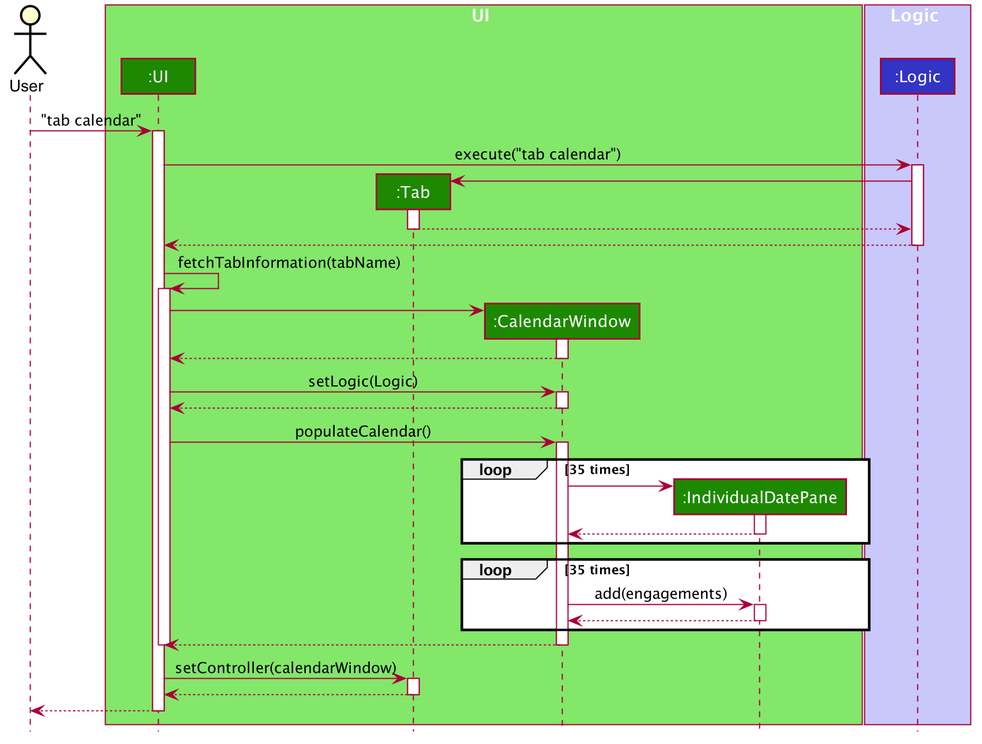
The PlantUML diagram docs/images/CalendarWindowSequenceDiagram.png in nus-cs2103-AY1920S1/addressbook-level3, before a commit. The source it was exported from:
```plantuml
@startuml








skinparam BackgroundColor #FFFFFFF

skinparam Shadowing false

skinparam Class {
    FontColor #FFFFFF
    BorderThickness 1
    BorderColor #FFFFFF
    StereotypeFontColor #FFFFFF
    FontName Arial
}

skinparam Actor {
    BorderColor #000000
    Color #000000
    FontName Arial
}

skinparam Sequence {
    MessageAlign center
    BoxFontSize 15
    BoxPadding 0
    BoxFontColor #FFFFFF
    FontName Arial
}

skinparam Participant {
    FontColor #FFFFFFF
    Padding 20
}

skinparam MinClassWidth 50
skinparam ParticipantPadding 10
skinparam Shadowing false
skinparam DefaultTextAlignment center
skinparam packageStyle Rectangle

hide footbox
hide members
hide circle

actor User

box UI #83E769
participant ":UI" as UI #1D8900
participant ":Tab" as Tab #1D8900
participant ":CalendarWindow" as CalendarWindow #1D8900
participant ":IndividualDatePane" as IndividualDatePane #1D8900
end box

box Logic #C8C8FA
participant ":Logic" as Logic #3333C4
end box

User -> UI: "tab calendar"
activate UI

UI -> Logic: execute("tab calendar")
activate Logic

create Tab
Logic -> Tab
activate Tab

Tab --> Logic
deactivate Tab

Logic --> UI
deactivate Logic

UI -> UI: fetchTabInformation(tabName)
activate UI

create CalendarWindow
UI -> CalendarWindow
activate CalendarWindow

CalendarWindow --> UI
deactivate CalendarWindow

UI -> CalendarWindow: setLogic(Logic)
activate CalendarWindow

CalendarWindow --> UI
deactivate CalendarWindow

UI -> CalendarWindow: populateCalendar()
activate CalendarWindow

loop 35 times
    create IndividualDatePane
    CalendarWindow -> IndividualDatePane
    activate IndividualDatePane

    IndividualDatePane --> CalendarWindow
    deactivate IndividualDatePane
end

loop 35 times
    CalendarWindow -> IndividualDatePane: add(engagements)
    activate IndividualDatePane

    IndividualDatePane --> CalendarWindow
    deactivate IndividualDatePane
end

CalendarWindow --> UI
deactivate CalendarWindow

deactivate UI

UI -> Tab: setController(calendarWindow)
activate Tab

Tab --> UI
deactivate Tab

UI --> User
deactivate UI

@enduml
```
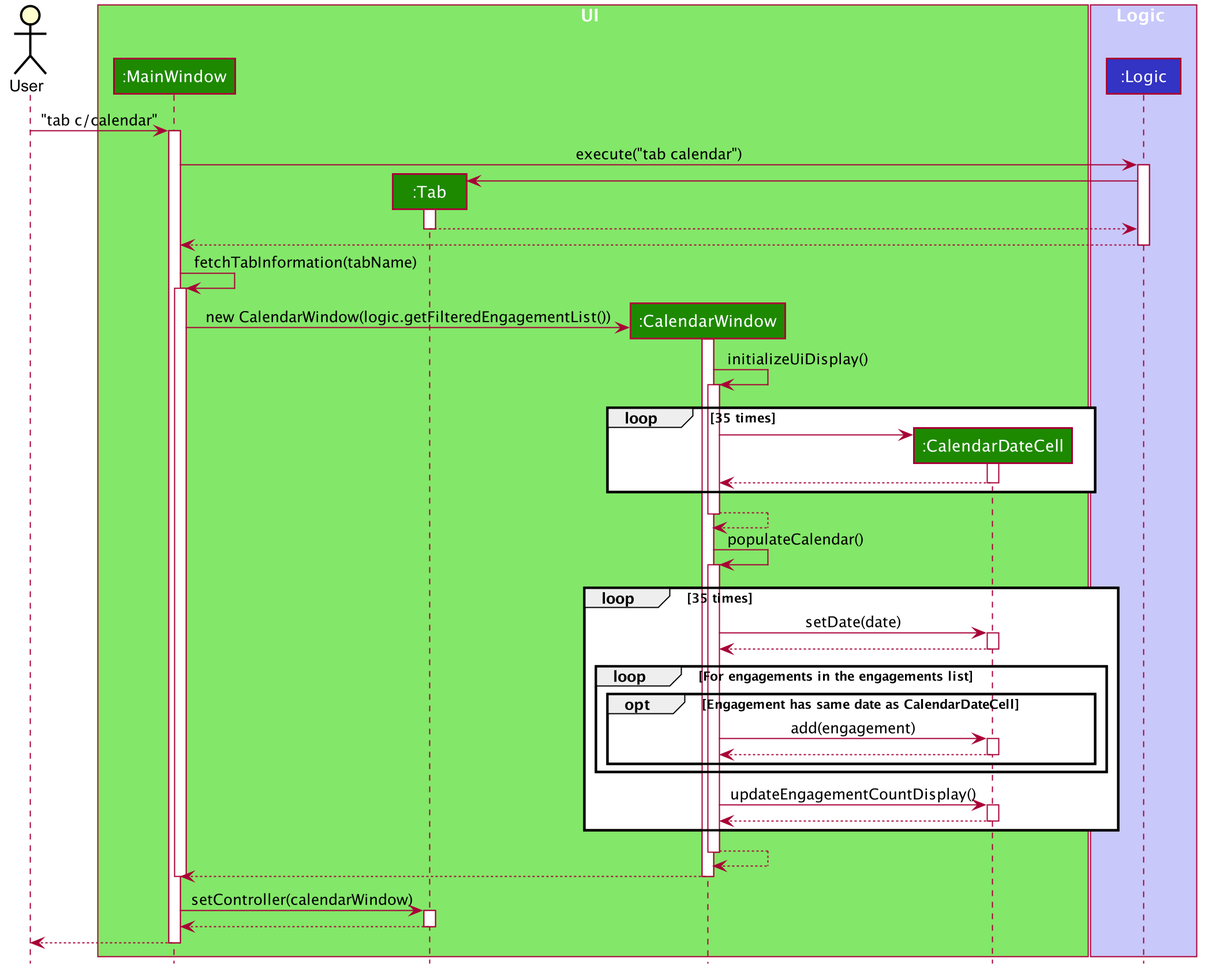
The same diagram one commit later.

Commit message:
Update calendar window portion of the developer guide

Change to the diagram source:
```diff
@@ -51,20 +51,20 @@
 actor User
 
 box UI #83E769
-participant ":UI" as UI #1D8900
+participant ":MainWindow" as MainWindow #1D8900
 participant ":Tab" as Tab #1D8900
 participant ":CalendarWindow" as CalendarWindow #1D8900
-participant ":IndividualDatePane" as IndividualDatePane #1D8900
+participant ":CalendarDateCell" as CalendarDateCell #1D8900
 end box
 
 box Logic #C8C8FA
 participant ":Logic" as Logic #3333C4
 end box
 
-User -> UI: "tab calendar"
-activate UI
+User -> MainWindow: "tab c/calendar"
+activate MainWindow
 
-UI -> Logic: execute("tab calendar")
+MainWindow -> Logic: execute("tab calendar")
 activate Logic
 
 create Tab
@@ -74,57 +74,79 @@
 Tab --> Logic
 deactivate Tab
 
-Logic --> UI
+Logic --> MainWindow
 deactivate Logic
 
-UI -> UI: fetchTabInformation(tabName)
-activate UI
+MainWindow -> MainWindow: fetchTabInformation(tabName)
+activate MainWindow
 
 create CalendarWindow
-UI -> CalendarWindow
+MainWindow -> CalendarWindow: new CalendarWindow(logic.getFilteredEngagementList())
 activate CalendarWindow
 
-CalendarWindow --> UI
-deactivate CalendarWindow
-
-UI -> CalendarWindow: setLogic(Logic)
-activate CalendarWindow
-
-CalendarWindow --> UI
-deactivate CalendarWindow
-
-UI -> CalendarWindow: populateCalendar()
+CalendarWindow -> CalendarWindow: initializeUiDisplay()
 activate CalendarWindow
 
 loop 35 times
-    create IndividualDatePane
-    CalendarWindow -> IndividualDatePane
-    activate IndividualDatePane
 
-    IndividualDatePane --> CalendarWindow
-    deactivate IndividualDatePane
+    create CalendarDateCell
+    CalendarWindow -> CalendarDateCell
+    activate CalendarDateCell
+
+    CalendarDateCell --> CalendarWindow
+    deactivate CalendarDateCell
+
 end
 
+CalendarWindow --> CalendarWindow
+deactivate CalendarWindow
+
+CalendarWindow -> CalendarWindow: populateCalendar()
+activate CalendarWindow
+
 loop 35 times
-    CalendarWindow -> IndividualDatePane: add(engagements)
-    activate IndividualDatePane
 
-    IndividualDatePane --> CalendarWindow
-    deactivate IndividualDatePane
+    CalendarWindow -> CalendarDateCell: setDate(date)
+    activate CalendarDateCell
+
+    CalendarDateCell --> CalendarWindow
+    deactivate CalendarDateCell
+
+    loop For engagements in the engagements list
+
+        opt Engagement has same date as CalendarDateCell
+            CalendarWindow -> CalendarDateCell: add(engagement)
+            activate CalendarDateCell
+
+            CalendarDateCell --> CalendarWindow
+            deactivate CalendarDateCell
+        end
+
+    end
+
+    CalendarWindow -> CalendarDateCell: updateEngagementCountDisplay()
+    activate CalendarDateCell
+
+    CalendarDateCell --> CalendarWindow
+    deactivate CalendarDateCell
+
 end
 
-CalendarWindow --> UI
+CalendarWindow --> CalendarWindow
 deactivate CalendarWindow
 
-deactivate UI
+CalendarWindow --> MainWindow
+deactivate CalendarWindow
 
-UI -> Tab: setController(calendarWindow)
+deactivate MainWindow
+
+MainWindow -> Tab: setController(calendarWindow)
 activate Tab
 
-Tab --> UI
+Tab --> MainWindow
 deactivate Tab
 
-UI --> User
-deactivate UI
+MainWindow --> User
+deactivate MainWindow
 
 @enduml
```
